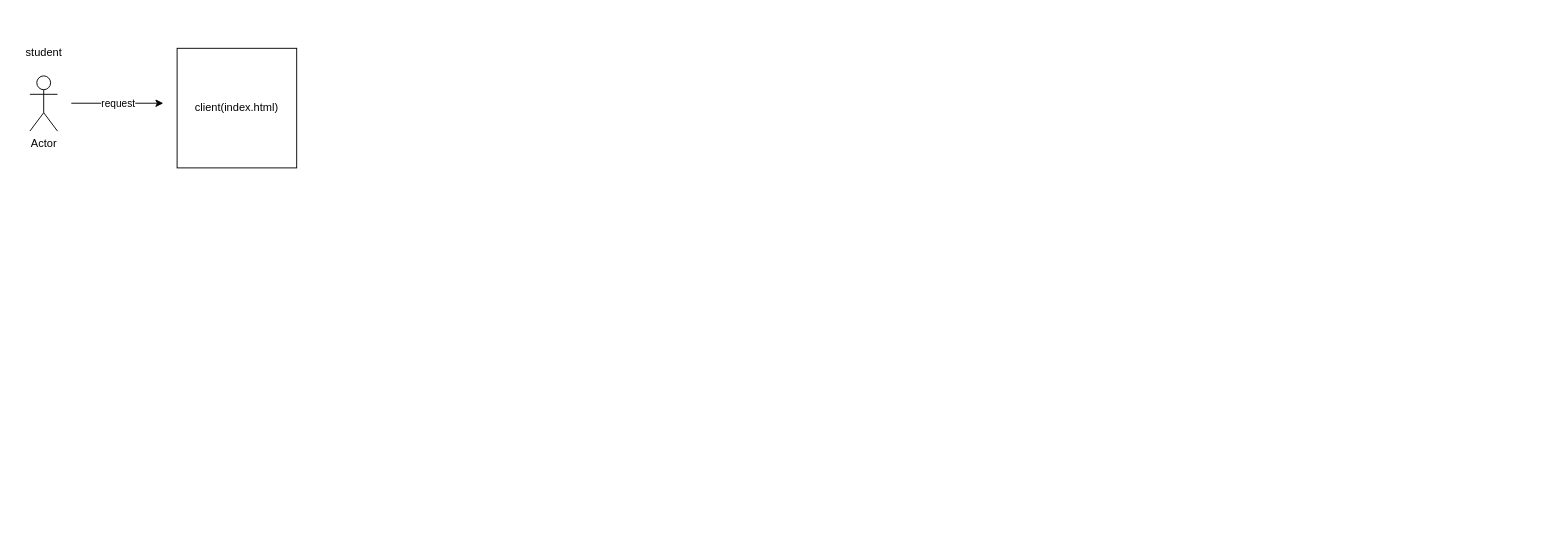
This is Biểu đồ không có tiêu đề.drawio from Quanpham1611/ecommerce-backend, a draw.io file, before an edit. Source tidied: cells renumbered, new cells numbered last; positions are measured from the earlier drawing's top-left corner, leaving out a move shared by most shapes. Both pictures are drawn from the tidied source at 92%, with x=0, y=0 at pixel (16, 39).
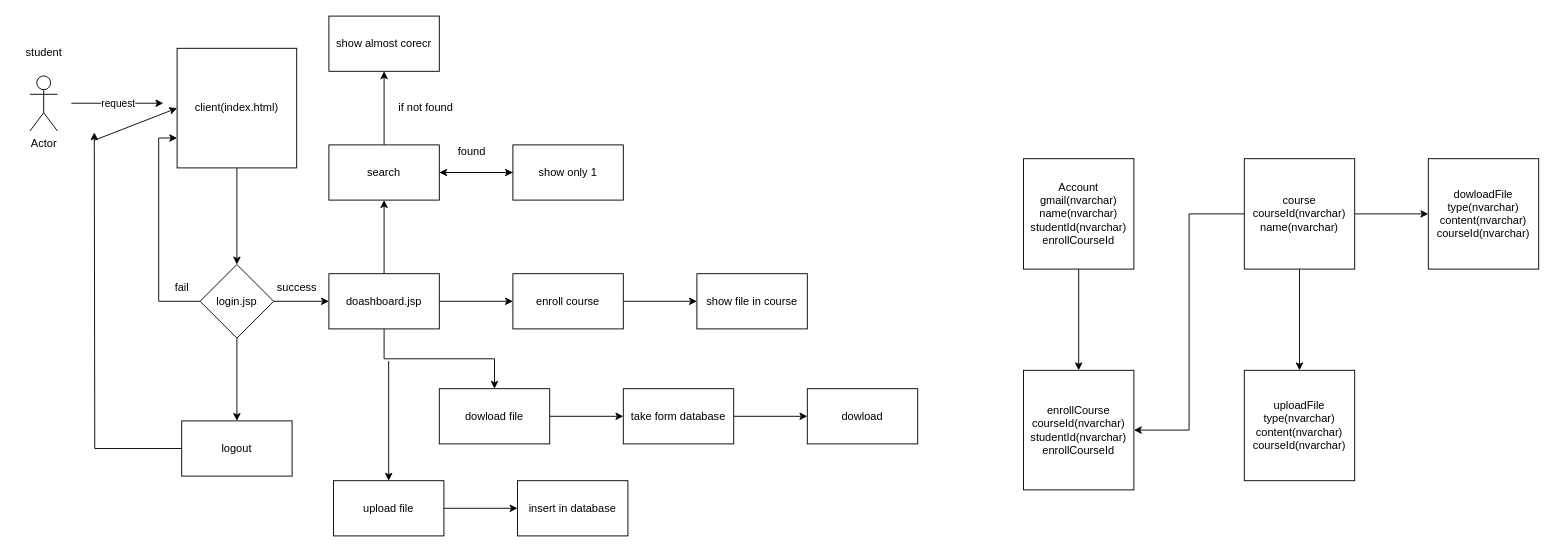
The same diagram, later.

The change refers to these unchanged cells:
```xml
<mxCell id="6" value="client(index.html)" style="whiteSpace=wrap;html=1;" parent="1" vertex="1">
  <mxGeometry x="175" y="10" width="130" height="130" as="geometry" />
</mxCell>
```

The edit, as a diff of the source:
```diff
@@
+    <mxCell id="7" style="edgeStyle=orthogonalEdgeStyle;rounded=0;jettySize=auto;html=1;" parent="1" edge="1" source="6" target="11">
+      <mxGeometry relative="1" as="geometry" />
+    </mxCell>
@@
+    <mxCell id="8" style="edgeStyle=orthogonalEdgeStyle;rounded=0;jettySize=auto;html=1;" parent="1" edge="1" source="11" target="15">
+      <mxGeometry relative="1" as="geometry" />
+    </mxCell>
+    <mxCell id="9" style="edgeStyle=orthogonalEdgeStyle;rounded=0;jettySize=auto;html=1;entryX=0;entryY=0.75;entryDx=0;entryDy=0;" parent="1" edge="1" source="11" target="6">
+      <mxGeometry relative="1" as="geometry">
+        <Array as="points">
+          <mxPoint x="155" y="285" />
+          <mxPoint x="155" y="107" />
+        </Array>
+      </mxGeometry>
+    </mxCell>
+    <mxCell id="10" style="edgeStyle=orthogonalEdgeStyle;rounded=0;jettySize=auto;html=1;" parent="1" edge="1" source="11" target="35">
+      <mxGeometry relative="1" as="geometry" />
+    </mxCell>
+    <mxCell id="11" value="login.jsp" style="rhombus;whiteSpace=wrap;html=1;" parent="1" vertex="1">
+      <mxGeometry x="200" y="245" width="80" height="80" as="geometry" />
+    </mxCell>
+    <mxCell id="12" style="edgeStyle=orthogonalEdgeStyle;rounded=0;jettySize=auto;html=1;" parent="1" edge="1" source="15" target="20">
+      <mxGeometry relative="1" as="geometry" />
+    </mxCell>
+    <mxCell id="13" style="edgeStyle=orthogonalEdgeStyle;rounded=0;jettySize=auto;html=1;" parent="1" edge="1" source="15" target="22">
+      <mxGeometry relative="1" as="geometry" />
+    </mxCell>
+    <mxCell id="14" style="edgeStyle=orthogonalEdgeStyle;rounded=0;jettySize=auto;html=1;" parent="1" edge="1" source="15" target="24">
+      <mxGeometry relative="1" as="geometry" />
+    </mxCell>
+    <mxCell id="15" value="doashboard.jsp" style="whiteSpace=wrap;html=1;" parent="1" vertex="1">
+      <mxGeometry x="340" y="255" width="120" height="60" as="geometry" />
+    </mxCell>
+    <mxCell id="16" value="success" style="text;html=1;align=center;verticalAlign=middle;strokeColor=none;fillColor=none;" parent="1" vertex="1">
+      <mxGeometry x="270" y="255" width="70" height="30" as="geometry" />
+    </mxCell>
+    <mxCell id="17" value="fail" style="text;html=1;align=center;verticalAlign=middle;strokeColor=none;fillColor=none;" parent="1" vertex="1">
+      <mxGeometry x="160" y="255" width="40" height="30" as="geometry" />
+    </mxCell>
+    <mxCell id="18" style="edgeStyle=orthogonalEdgeStyle;rounded=0;jettySize=auto;html=1;" parent="1" edge="1" source="20" target="26">
+      <mxGeometry relative="1" as="geometry" />
+    </mxCell>
+    <mxCell id="19" style="edgeStyle=orthogonalEdgeStyle;rounded=0;jettySize=auto;html=1;" parent="1" edge="1" source="20" target="28">
+      <mxGeometry relative="1" as="geometry" />
+    </mxCell>
+    <mxCell id="20" value="search" style="whiteSpace=wrap;html=1;" parent="1" vertex="1">
+      <mxGeometry x="340" y="115" width="120" height="60" as="geometry" />
+    </mxCell>
+    <mxCell id="21" style="edgeStyle=orthogonalEdgeStyle;rounded=0;jettySize=auto;html=1;" parent="1" edge="1" source="22" target="30">
+      <mxGeometry relative="1" as="geometry" />
+    </mxCell>
+    <mxCell id="22" value="enroll course" style="whiteSpace=wrap;html=1;" parent="1" vertex="1">
+      <mxGeometry x="540" y="255" width="120" height="60" as="geometry" />
+    </mxCell>
+    <mxCell id="23" style="edgeStyle=orthogonalEdgeStyle;rounded=0;jettySize=auto;html=1;" parent="1" edge="1" source="24" target="32">
+      <mxGeometry relative="1" as="geometry" />
+    </mxCell>
+    <mxCell id="24" value="dowload file" style="whiteSpace=wrap;html=1;" parent="1" vertex="1">
+      <mxGeometry x="460" y="380" width="120" height="60" as="geometry" />
+    </mxCell>
+    <mxCell id="25" style="edgeStyle=orthogonalEdgeStyle;rounded=0;jettySize=auto;html=1;" parent="1" edge="1" source="26" target="20">
+      <mxGeometry relative="1" as="geometry" />
+    </mxCell>
+    <mxCell id="26" value="show only 1" style="whiteSpace=wrap;html=1;" parent="1" vertex="1">
+      <mxGeometry x="540" y="115" width="120" height="60" as="geometry" />
+    </mxCell>
+    <mxCell id="27" value="found" style="text;html=1;align=center;verticalAlign=middle;strokeColor=none;fillColor=none;" parent="1" vertex="1">
+      <mxGeometry x="470" y="108" width="50" height="30" as="geometry" />
+    </mxCell>
+    <mxCell id="28" value="show almost corecr" style="whiteSpace=wrap;html=1;" parent="1" vertex="1">
+      <mxGeometry x="340" y="-25" width="120" height="60" as="geometry" />
+    </mxCell>
+    <mxCell id="29" value="if not found" style="text;html=1;align=center;verticalAlign=middle;strokeColor=none;fillColor=none;" parent="1" vertex="1">
+      <mxGeometry x="405" y="60" width="80" height="30" as="geometry" />
+    </mxCell>
+    <mxCell id="30" value="show file in course" style="whiteSpace=wrap;html=1;" parent="1" vertex="1">
+      <mxGeometry x="740" y="255" width="120" height="60" as="geometry" />
+    </mxCell>
+    <mxCell id="31" style="edgeStyle=orthogonalEdgeStyle;rounded=0;jettySize=auto;html=1;" parent="1" edge="1" source="32" target="33">
+      <mxGeometry relative="1" as="geometry" />
+    </mxCell>
+    <mxCell id="32" value="take form database" style="whiteSpace=wrap;html=1;" parent="1" vertex="1">
+      <mxGeometry x="660" y="380" width="120" height="60" as="geometry" />
+    </mxCell>
+    <mxCell id="33" value="dowload" style="whiteSpace=wrap;html=1;" parent="1" vertex="1">
+      <mxGeometry x="860" y="380" width="120" height="60" as="geometry" />
+    </mxCell>
+    <mxCell id="34" style="edgeStyle=orthogonalEdgeStyle;rounded=0;jettySize=auto;html=1;" parent="1" edge="1" source="35">
+      <mxGeometry relative="1" as="geometry">
+        <mxPoint x="85" y="101.4" as="targetPoint" />
+      </mxGeometry>
+    </mxCell>
+    <mxCell id="35" value="logout" style="whiteSpace=wrap;html=1;" parent="1" vertex="1">
+      <mxGeometry x="180" y="415" width="120" height="60" as="geometry" />
+    </mxCell>
+    <mxCell id="36" style="endArrow=classic;html=1;rounded=0;entryX=0;entryY=0.5;entryDx=0;entryDy=0;" parent="1" edge="1" target="6">
+      <mxGeometry relative="1" as="geometry">
+        <mxPoint x="85" y="110" as="sourcePoint" />
+      </mxGeometry>
+    </mxCell>
+    <mxCell id="37" style="endArrow=classic;html=1;rounded=0;" parent="1" edge="1" target="39">
+      <mxGeometry relative="1" as="geometry">
+        <mxPoint x="405" y="350" as="sourcePoint" />
+      </mxGeometry>
+    </mxCell>
+    <mxCell id="38" style="edgeStyle=orthogonalEdgeStyle;rounded=0;jettySize=auto;html=1;" parent="1" edge="1" source="39" target="40">
+      <mxGeometry relative="1" as="geometry" />
+    </mxCell>
+    <mxCell id="39" value="upload file" style="rounded=0;whiteSpace=wrap;html=1;" parent="1" vertex="1">
+      <mxGeometry x="345" y="480" width="120" height="60" as="geometry" />
+    </mxCell>
+    <mxCell id="40" value="insert in database" style="whiteSpace=wrap;html=1;rounded=0;" parent="1" vertex="1">
+      <mxGeometry x="545" y="480" width="120" height="60" as="geometry" />
+    </mxCell>
+    <mxCell id="41" style="edgeStyle=orthogonalEdgeStyle;rounded=0;jettySize=auto;html=1;" parent="1" edge="1" source="42" target="47">
+      <mxGeometry relative="1" as="geometry" />
+    </mxCell>
+    <mxCell id="42" value="Account&lt;br&gt;gmail(nvarchar)&lt;br&gt;name(nvarchar)&lt;br&gt;studentId(nvarchar)&lt;br&gt;enrollCourseId" style="rounded=0;whiteSpace=wrap;html=1;" parent="1" vertex="1">
+      <mxGeometry x="1095" y="130" width="120" height="120" as="geometry" />
+    </mxCell>
+    <mxCell id="43" style="edgeStyle=orthogonalEdgeStyle;rounded=0;jettySize=auto;html=1;entryX=1;entryY=0.5;entryDx=0;entryDy=0;" parent="1" edge="1" source="46" target="47">
+      <mxGeometry relative="1" as="geometry" />
+    </mxCell>
+    <mxCell id="44" style="edgeStyle=orthogonalEdgeStyle;rounded=0;jettySize=auto;html=1;" parent="1" edge="1" source="46" target="48">
+      <mxGeometry relative="1" as="geometry" />
+    </mxCell>
+    <mxCell id="45" style="edgeStyle=orthogonalEdgeStyle;rounded=0;jettySize=auto;html=1;" parent="1" edge="1" source="46" target="49">
+      <mxGeometry relative="1" as="geometry" />
+    </mxCell>
+    <mxCell id="46" value="course&lt;br&gt;courseId(nvarchar)&lt;br&gt;name(nvarchar)" style="whiteSpace=wrap;html=1;rounded=0;" parent="1" vertex="1">
+      <mxGeometry x="1335" y="130" width="120" height="120" as="geometry" />
+    </mxCell>
+    <mxCell id="47" value="enrollCourse&lt;br&gt;courseId(nvarchar)&lt;br&gt;studentId(nvarchar)&lt;br&gt;enrollCourseId" style="whiteSpace=wrap;html=1;rounded=0;" parent="1" vertex="1">
+      <mxGeometry x="1095" y="360" width="120" height="130" as="geometry" />
+    </mxCell>
+    <mxCell id="48" value="dowloadFile&lt;br&gt;type(nvarchar)&lt;br&gt;content(nvarchar)&lt;br&gt;courseId(nvarchar)" style="whiteSpace=wrap;html=1;rounded=0;" parent="1" vertex="1">
+      <mxGeometry x="1535" y="130" width="120" height="120" as="geometry" />
+    </mxCell>
+    <mxCell id="49" value="uploadFile&lt;br&gt;type(nvarchar)&lt;br&gt;content(nvarchar)&lt;br&gt;courseId(nvarchar)" style="whiteSpace=wrap;html=1;rounded=0;" parent="1" vertex="1">
+      <mxGeometry x="1335" y="360" width="120" height="120" as="geometry" />
+    </mxCell>
```
